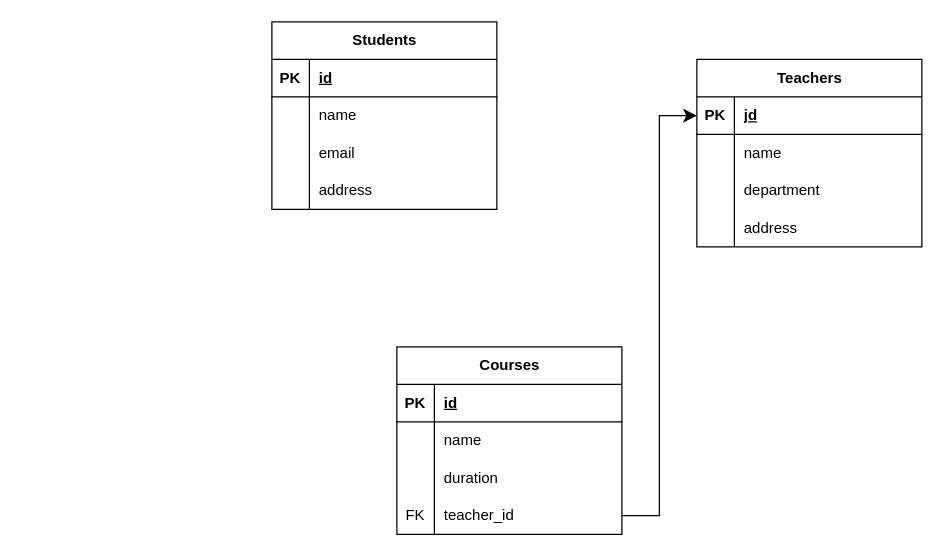
Earlier version of the draw.io diagram Untitled Diagram.drawio (dajesso/oct24-build-an-api). Source tidied: cells renumbered, new cells numbered last; positions are measured from the earlier drawing's top-left corner, leaving out a move shared by most shapes. Both pictures are drawn from the tidied source at 125%, with x=0, y=0 at pixel (271, 21).
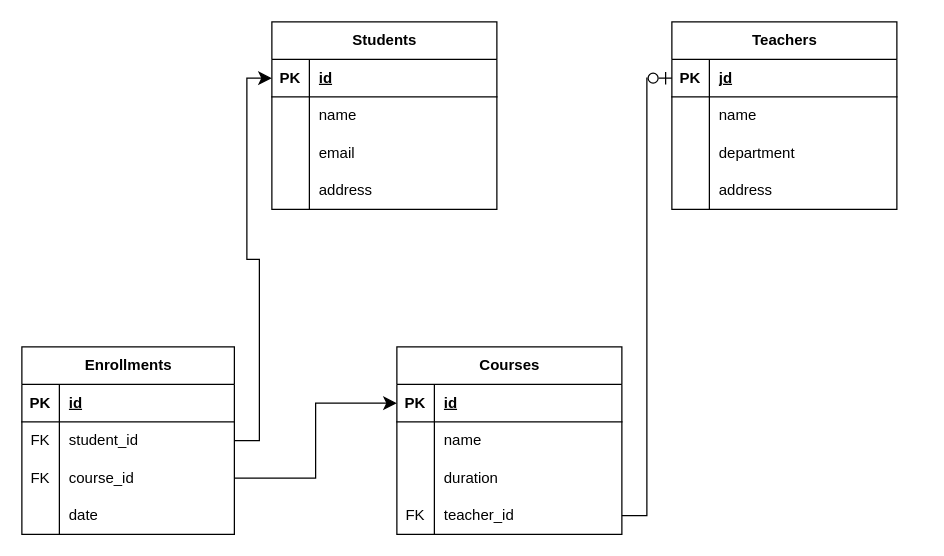
The same page after the edit.

Unchanged cells that the change refers to:
```xml
<mxCell id="3" style="shape=tableRow;horizontal=0;startSize=0;swimlaneHead=0;swimlaneBody=0;fillColor=none;points=[[0,0.5],[1,0.5]];portConstraint=eastwest;top=0;left=0;right=0;bottom=1;" parent="2" vertex="1">
  <mxGeometry y="30" width="180" height="30" as="geometry" />
</mxCell>
<mxCell id="16" style="shape=tableRow;horizontal=0;startSize=0;swimlaneHead=0;swimlaneBody=0;fillColor=none;points=[[0,0.5],[1,0.5]];portConstraint=eastwest;top=0;left=0;right=0;bottom=1;" parent="15" vertex="1">
  <mxGeometry y="30" width="180" height="30" as="geometry" />
</mxCell>
<mxCell id="29" style="shape=tableRow;horizontal=0;startSize=0;swimlaneHead=0;swimlaneBody=0;fillColor=none;points=[[0,0.5],[1,0.5]];portConstraint=eastwest;top=0;left=0;right=0;bottom=1;" parent="28" vertex="1">
  <mxGeometry y="30" width="180" height="30" as="geometry" />
</mxCell>
<mxCell id="38" style="shape=tableRow;horizontal=0;startSize=0;swimlaneHead=0;swimlaneBody=0;fillColor=none;points=[[0,0.5],[1,0.5]];portConstraint=eastwest;top=0;left=0;right=0;bottom=0;" parent="28" vertex="1">
  <mxGeometry y="120" width="180" height="30" as="geometry" />
</mxCell>
```

Change to the diagram source:
```diff
@@
     <mxCell id="15" value="Teachers" style="shape=table;startSize=30;childLayout=tableLayout;rowLines=0;fontStyle=1;align=center;html=1;" parent="1" vertex="1">
-      <mxGeometry x="340" y="30" width="180" height="150" as="geometry" />
+      <mxGeometry x="320" width="180" height="150" as="geometry" />
     </mxCell>
@@
-    <mxCell id="41" style="edgeStyle=orthogonalEdgeStyle;rounded=0;jettySize=auto;html=1;exitX=1;exitY=0.5;exitDx=0;exitDy=0;entryX=0;entryY=0.5;entryDx=0;entryDy=0;fontSize=12;startSize=8;endSize=8;" parent="1" edge="1" source="38" target="16">
+    <mxCell id="41" style="edgeStyle=orthogonalEdgeStyle;rounded=0;jettySize=auto;html=1;exitX=1;exitY=0.5;exitDx=0;exitDy=0;entryX=0;entryY=0.5;entryDx=0;entryDy=0;fontSize=12;startSize=8;endSize=8;endArrow=ERzeroToOne;endFill=0;" parent="1" edge="1" source="38" target="16">
       <mxGeometry relative="1" as="geometry" />
     </mxCell>
+    <mxCell id="42" value="&lt;div&gt;Enrollments&lt;/div&gt;" style="shape=table;startSize=30;childLayout=tableLayout;rowLines=0;fontStyle=1;align=center;html=1;" parent="1" vertex="1">
+      <mxGeometry x="-200" y="260" width="170" height="150" as="geometry" />
+    </mxCell>
+    <mxCell id="43" style="shape=tableRow;horizontal=0;startSize=0;swimlaneHead=0;swimlaneBody=0;fillColor=none;top=0;left=0;right=0;bottom=1;" parent="42" vertex="1">
+      <mxGeometry y="30" width="170" height="30" as="geometry" />
+    </mxCell>
+    <mxCell id="44" value="PK" style="shape=partialRectangle;fillColor=none;top=0;left=0;bottom=0;right=0;fontStyle=1;overflow=hidden;whiteSpace=wrap;html=1;" parent="43" vertex="1">
+      <mxGeometry width="30" height="30" as="geometry" />
+    </mxCell>
+    <mxCell id="45" value="id" style="shape=partialRectangle;fillColor=none;top=0;left=0;bottom=0;right=0;align=left;spacingLeft=6;fontStyle=5;overflow=hidden;whiteSpace=wrap;html=1;" parent="43" vertex="1">
+      <mxGeometry x="30" width="140" height="30" as="geometry" />
+    </mxCell>
+    <mxCell id="46" style="shape=tableRow;horizontal=0;startSize=0;swimlaneHead=0;swimlaneBody=0;fillColor=none;points=[[0,0.5],[1,0.5]];portConstraint=eastwest;top=0;left=0;right=0;bottom=0;" parent="42" vertex="1">
+      <mxGeometry y="60" width="170" height="30" as="geometry" />
+    </mxCell>
+    <mxCell id="47" value="FK" style="shape=partialRectangle;fillColor=none;top=0;left=0;bottom=0;right=0;overflow=hidden;whiteSpace=wrap;html=1;" parent="46" vertex="1">
+      <mxGeometry width="30" height="30" as="geometry" />
+    </mxCell>
+    <mxCell id="48" value="student_id" style="shape=partialRectangle;fillColor=none;top=0;left=0;bottom=0;right=0;align=left;spacingLeft=6;overflow=hidden;whiteSpace=wrap;html=1;" parent="46" vertex="1">
+      <mxGeometry x="30" width="140" height="30" as="geometry" />
+    </mxCell>
+    <mxCell id="49" style="shape=tableRow;horizontal=0;startSize=0;swimlaneHead=0;swimlaneBody=0;fillColor=none;points=[[0,0.5],[1,0.5]];portConstraint=eastwest;top=0;left=0;right=0;bottom=0;" parent="42" vertex="1">
+      <mxGeometry y="90" width="170" height="30" as="geometry" />
+    </mxCell>
+    <mxCell id="50" value="FK" style="shape=partialRectangle;fillColor=none;top=0;left=0;bottom=0;right=0;overflow=hidden;whiteSpace=wrap;html=1;" parent="49" vertex="1">
+      <mxGeometry width="30" height="30" as="geometry" />
+    </mxCell>
+    <mxCell id="51" value="course_id" style="shape=partialRectangle;fillColor=none;top=0;left=0;bottom=0;right=0;align=left;spacingLeft=6;overflow=hidden;whiteSpace=wrap;html=1;" parent="49" vertex="1">
+      <mxGeometry x="30" width="140" height="30" as="geometry" />
+    </mxCell>
+    <mxCell id="52" style="shape=tableRow;horizontal=0;startSize=0;swimlaneHead=0;swimlaneBody=0;fillColor=none;top=0;left=0;right=0;bottom=0;" parent="42" vertex="1">
+      <mxGeometry y="120" width="170" height="30" as="geometry" />
+    </mxCell>
+    <mxCell id="53" style="shape=partialRectangle;fillColor=none;top=0;left=0;bottom=0;right=0;overflow=hidden;whiteSpace=wrap;html=1;" parent="52" vertex="1">
+      <mxGeometry width="30" height="30" as="geometry" />
+    </mxCell>
+    <mxCell id="54" value="date" style="shape=partialRectangle;fillColor=none;top=0;left=0;bottom=0;right=0;align=left;spacingLeft=6;overflow=hidden;whiteSpace=wrap;html=1;" parent="52" vertex="1">
+      <mxGeometry x="30" width="140" height="30" as="geometry" />
+    </mxCell>
+    <mxCell id="55" style="edgeStyle=orthogonalEdgeStyle;rounded=0;jettySize=auto;html=1;exitX=1;exitY=0.5;exitDx=0;exitDy=0;fontSize=12;startSize=8;endSize=8;" parent="1" edge="1" source="46" target="3">
+      <mxGeometry relative="1" as="geometry" />
+    </mxCell>
+    <mxCell id="56" style="edgeStyle=orthogonalEdgeStyle;rounded=0;jettySize=auto;html=1;exitX=1;exitY=0.5;exitDx=0;exitDy=0;fontSize=12;startSize=8;endSize=8;" parent="1" edge="1" source="49" target="29">
+      <mxGeometry relative="1" as="geometry" />
+    </mxCell>
```
